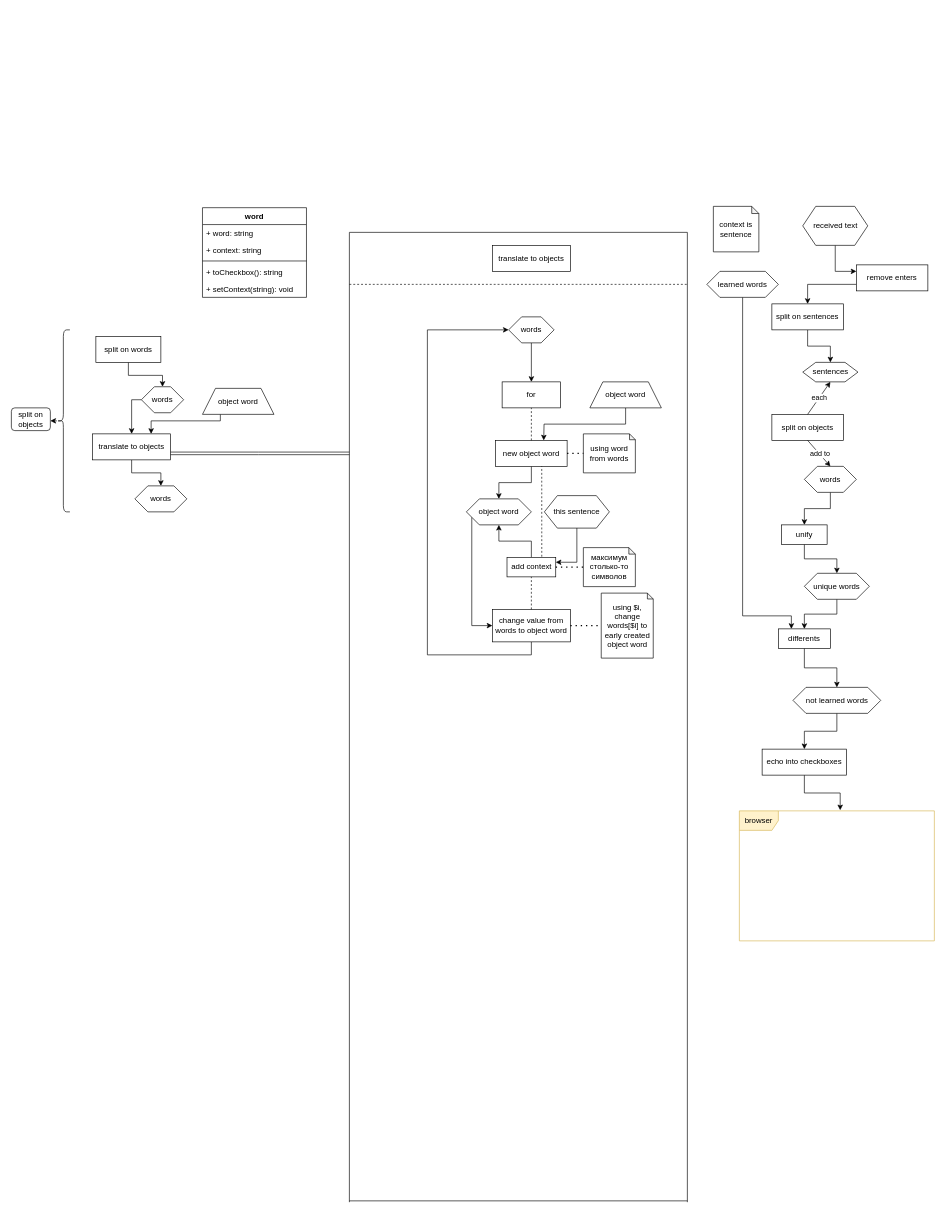
This is slitch_stack.drawio from H-R-G-P/Slitch, a draw.io file, before an edit. Source tidied: cells renumbered, new cells numbered last; positions are measured from the earlier drawing's top-left corner, leaving out a move shared by most shapes. Both pictures are drawn from the tidied source at 65%, with x=0, y=0 at pixel (11, 206).
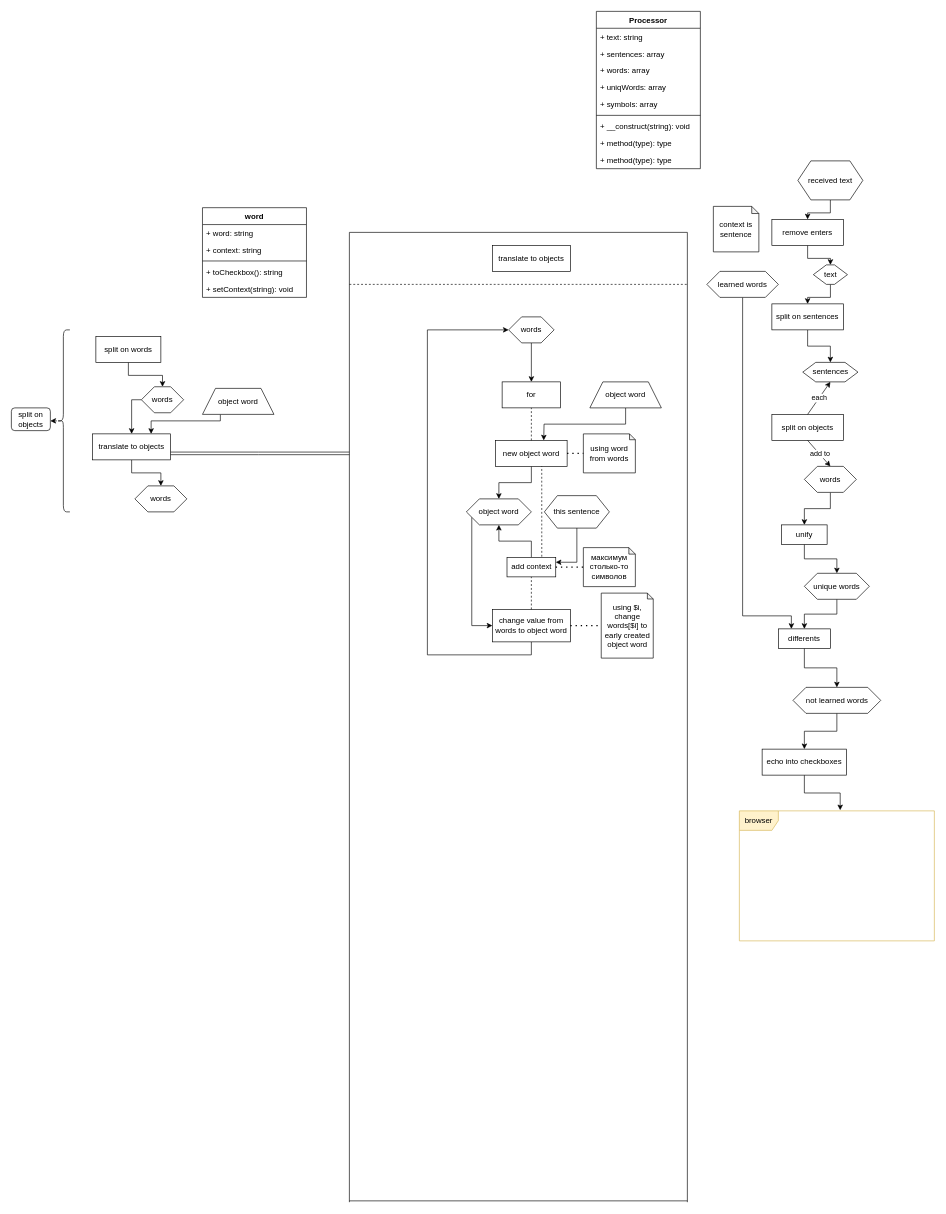
The same diagram, later.

Commit message:
Simplified the logic.

The change refers to these unchanged cells:
```xml
<mxCell id="54" value="split on sentences" style="whiteSpace=wrap;html=1;" parent="1" vertex="1">
  <mxGeometry x="1170" y="150" width="110" height="40" as="geometry" />
</mxCell>
```

Change to the diagram source:
```diff
@@
-    <mxCell id="2" style="edgeStyle=orthogonalEdgeStyle;rounded=0;jettySize=auto;html=1;exitX=0.5;exitY=1;exitDx=0;exitDy=0;entryX=0;entryY=0.25;entryDx=0;entryDy=0;" parent="1" edge="1" source="3" target="76">
+    <mxCell id="2" style="edgeStyle=orthogonalEdgeStyle;rounded=0;jettySize=auto;html=1;exitX=0.5;exitY=1;exitDx=0;exitDy=0;entryX=0.5;entryY=0;entryDx=0;entryDy=0;" parent="1" edge="1" source="3" target="76">
       <mxGeometry relative="1" as="geometry" />
     </mxCell>
     <mxCell id="3" value="received text" style="shape=hexagon;perimeter=hexagonPerimeter2;whiteSpace=wrap;html=1;fixedSize=1;" parent="1" vertex="1">
-      <mxGeometry x="1217.5" width="100" height="60" as="geometry" />
+      <mxGeometry x="1210" y="-70" width="100" height="60" as="geometry" />
     </mxCell>
@@
+    <mxCell id="79" style="edgeStyle=orthogonalEdgeStyle;rounded=0;jettySize=auto;html=1;exitX=0.5;exitY=1;exitDx=0;exitDy=0;entryX=0.5;entryY=0;entryDx=0;entryDy=0;" parent="1" edge="1" source="80" target="54">
+      <mxGeometry relative="1" as="geometry">
+        <Array as="points">
+          <mxPoint x="1260" y="140" />
+          <mxPoint x="1225" y="140" />
+        </Array>
+      </mxGeometry>
+    </mxCell>
+    <mxCell id="80" value="text" style="shape=hexagon;perimeter=hexagonPerimeter2;whiteSpace=wrap;html=1;fixedSize=1;" parent="1" vertex="1">
+      <mxGeometry x="1233.8" y="90" width="52.5" height="30" as="geometry" />
+    </mxCell>
@@
-    <mxCell id="75" style="edgeStyle=orthogonalEdgeStyle;rounded=0;jettySize=auto;html=1;exitX=0;exitY=0.75;exitDx=0;exitDy=0;entryX=0.5;entryY=0;entryDx=0;entryDy=0;" parent="1" edge="1" source="76" target="54">
-      <mxGeometry relative="1" as="geometry" />
-    </mxCell>
+    <mxCell id="81" style="edgeStyle=orthogonalEdgeStyle;rounded=0;jettySize=auto;html=1;exitX=0.5;exitY=1;exitDx=0;exitDy=0;entryX=0.5;entryY=0;entryDx=0;entryDy=0;" parent="1" edge="1" source="76" target="80">
+      <mxGeometry relative="1" as="geometry">
+        <Array as="points">
+          <mxPoint x="1225" y="80" />
+          <mxPoint x="1260" y="80" />
+        </Array>
+      </mxGeometry>
+    </mxCell>
     <mxCell id="76" value="remove enters" style="whiteSpace=wrap;html=1;fillColor=#ffffff;" parent="1" vertex="1">
-      <mxGeometry x="1300" y="90" width="110" height="40" as="geometry" />
+      <mxGeometry x="1170" y="20" width="110" height="40" as="geometry" />
     </mxCell>
@@
+    <mxCell id="82" value="Processor" style="swimlane;fontStyle=1;align=center;verticalAlign=top;horizontal=1;startSize=26;" parent="1" vertex="1">
+      <mxGeometry x="900" y="-300" width="160" height="242" as="geometry" />
+    </mxCell>
+    <mxCell id="83" value="+ text: string" style="text;strokeColor=none;fillColor=none;align=left;verticalAlign=top;spacingLeft=4;spacingRight=4;overflow=hidden;" parent="82" vertex="1">
+      <mxGeometry y="26" width="160" height="26" as="geometry" />
+    </mxCell>
+    <mxCell id="84" value="+ sentences: array" style="text;strokeColor=none;fillColor=none;align=left;verticalAlign=top;spacingLeft=4;spacingRight=4;overflow=hidden;" parent="82" vertex="1">
+      <mxGeometry y="52" width="160" height="26" as="geometry" />
+    </mxCell>
+    <mxCell id="85" value="+ words: array" style="text;strokeColor=none;fillColor=none;align=left;verticalAlign=top;spacingLeft=4;spacingRight=4;overflow=hidden;" parent="82" vertex="1">
+      <mxGeometry y="78" width="160" height="26" as="geometry" />
+    </mxCell>
+    <mxCell id="86" value="+ uniqWords: array" style="text;strokeColor=none;fillColor=none;align=left;verticalAlign=top;spacingLeft=4;spacingRight=4;overflow=hidden;" parent="82" vertex="1">
+      <mxGeometry y="104" width="160" height="26" as="geometry" />
+    </mxCell>
+    <mxCell id="87" value="+ symbols: array" style="text;strokeColor=none;fillColor=none;align=left;verticalAlign=top;spacingLeft=4;spacingRight=4;overflow=hidden;" parent="82" vertex="1">
+      <mxGeometry y="130" width="160" height="26" as="geometry" />
+    </mxCell>
+    <mxCell id="88" style="line;strokeWidth=1;fillColor=none;align=left;verticalAlign=middle;spacingTop=-1;spacingLeft=3;spacingRight=3;labelPosition=right;" parent="82" vertex="1">
+      <mxGeometry y="156" width="160" height="8" as="geometry" />
+    </mxCell>
+    <mxCell id="89" value="+ __construct(string): void" style="text;strokeColor=none;fillColor=none;align=left;verticalAlign=top;spacingLeft=4;spacingRight=4;overflow=hidden;" parent="82" vertex="1">
+      <mxGeometry y="164" width="160" height="26" as="geometry" />
+    </mxCell>
+    <mxCell id="90" value="+ method(type): type" style="text;strokeColor=none;fillColor=none;align=left;verticalAlign=top;spacingLeft=4;spacingRight=4;overflow=hidden;" parent="82" vertex="1">
+      <mxGeometry y="190" width="160" height="26" as="geometry" />
+    </mxCell>
+    <mxCell id="91" value="+ method(type): type" style="text;strokeColor=none;fillColor=none;align=left;verticalAlign=top;spacingLeft=4;spacingRight=4;overflow=hidden;" parent="82" vertex="1">
+      <mxGeometry y="216" width="160" height="26" as="geometry" />
+    </mxCell>
```
